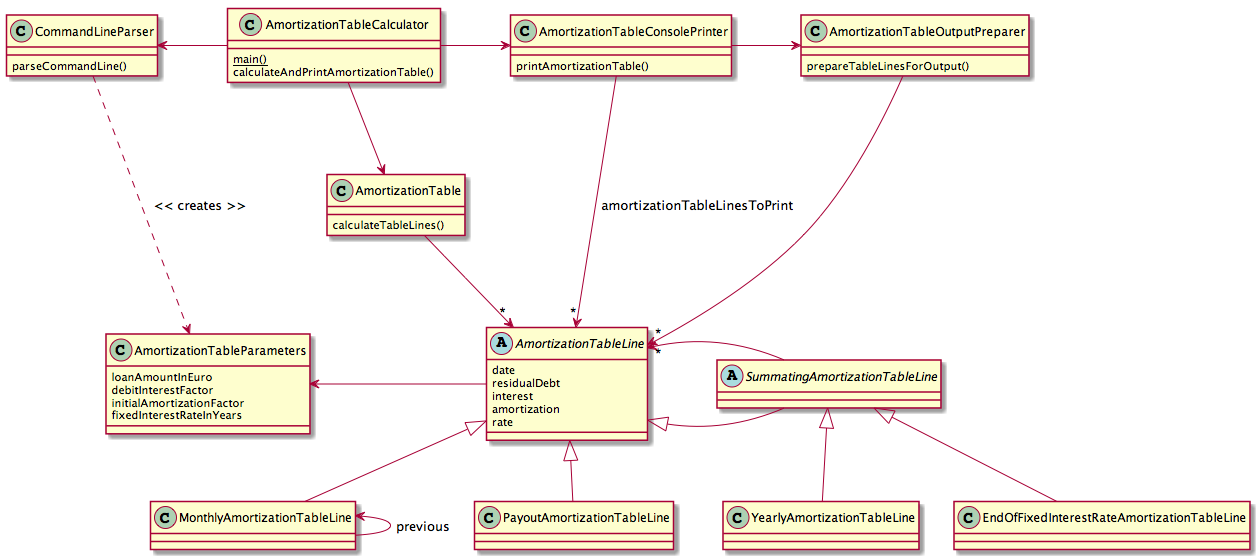
This is src/main/resources/images/amortization-table-class-diagram.png from bhelfert/rootyphp, a PlantUML export, as it was before one commit.
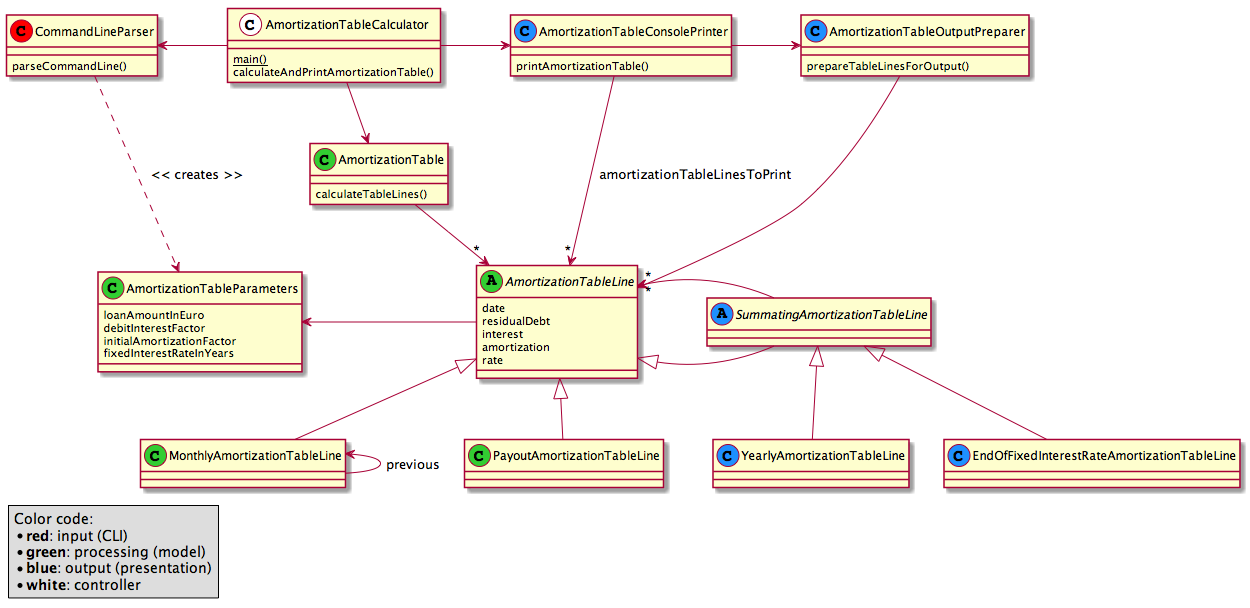
The same diagram one commit later.

Commit message:
Color coded UML class diagram.

What changed in the source:
```diff
@@ -3,14 +3,14 @@
 
 
 
-class CommandLineParser {
+class CommandLineParser << (C, red) >> {
     parseCommandLine()
 }
 CommandLineParser .down.> AmortizationTableParameters : << creates >>
 
 
 
-class AmortizationTableCalculator {
+class AmortizationTableCalculator << (C, white) >> {
     {static} main()
     calculateAndPrintAmortizationTable()
 }
@@ -20,27 +20,29 @@
 
 
 
-class AmortizationTableConsolePrinter {
+class AmortizationTableConsolePrinter << (C,dodgerblue) >> {
     printAmortizationTable()
 }
 AmortizationTableConsolePrinter -> AmortizationTableOutputPreparer
-AmortizationTableConsolePrinter ---> "*" AmortizationTableLine : amortizationTableLinesToPrint
+AmortizationTableConsolePrinter --> "*" AmortizationTableLine : amortizationTableLinesToPrint
 
 
-class AmortizationTableOutputPreparer {
+
+class AmortizationTableOutputPreparer << (C,dodgerblue) >> {
     prepareTableLinesForOutput()
 }
-AmortizationTableOutputPreparer ---down-> "*" AmortizationTableLine
+AmortizationTableOutputPreparer --> "*" AmortizationTableLine
 
 
-class AmortizationTable {
+
+class AmortizationTable << (C,limegreen) >> {
     calculateTableLines()
 }
 AmortizationTable -down-> "*" AmortizationTableLine
 
 
 
-class AmortizationTableParameters {
+class AmortizationTableParameters << (C,limegreen) >> {
     loanAmountInEuro
     debitInterestFactor
     initialAmortizationFactor
@@ -49,7 +51,7 @@
 
 
 
-abstract class AmortizationTableLine {
+abstract class AmortizationTableLine << (A,limegreen) >> {
     date
     residualDebt
     interest
@@ -60,34 +62,44 @@
 
 
 
-abstract class SummatingAmortizationTableLine {
+abstract class SummatingAmortizationTableLine << (A,dodgerblue) >> {
 }
 AmortizationTableLine <|- SummatingAmortizationTableLine
 SummatingAmortizationTableLine -> "*" AmortizationTableLine
 
 
 
-class PayoutAmortizationTableLine {
+class PayoutAmortizationTableLine << (C,limegreen) >> {
 }
 AmortizationTableLine <|-- PayoutAmortizationTableLine
 
 
 
-class MonthlyAmortizationTableLine {
+class MonthlyAmortizationTableLine << (C,limegreen) >> {
 }
 AmortizationTableLine <|-- MonthlyAmortizationTableLine
 MonthlyAmortizationTableLine -up-> MonthlyAmortizationTableLine : previous
 
 
 
-class YearlyAmortizationTableLine {
+class YearlyAmortizationTableLine << (C,dodgerblue) >> {
 }
 SummatingAmortizationTableLine <|-- YearlyAmortizationTableLine
 
 
 
-class EndOfFixedInterestRateAmortizationTableLine {
+class EndOfFixedInterestRateAmortizationTableLine << (C,dodgerblue) >> {
 }
 SummatingAmortizationTableLine <|-- EndOfFixedInterestRateAmortizationTableLine
 
+
+
+legend left
+  Color code:
+  *<b>red</b>: input (CLI)
+  *<b>green</b>: processing (model)
+  *<b>blue</b>: output (presentation)
+  *<b>white</b>: controller
+endlegend
+
 @enduml
```
